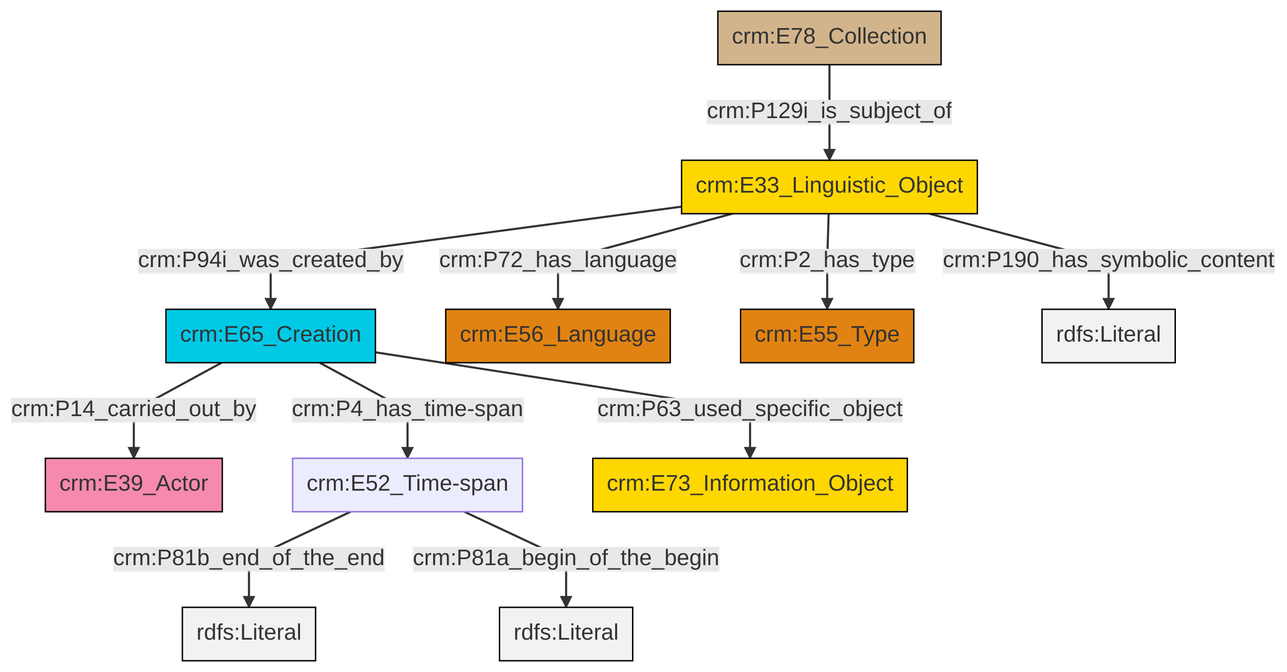
Earlier version of the Mermaid export et/archivalCSV/ttl/mmd/png/archival_desc.png (swiss-art-research-net/docs.swissartresearch). Its source is kept beside it as et/archivalCSV/ttl/mmd/archival_desc.ttl.mmd.
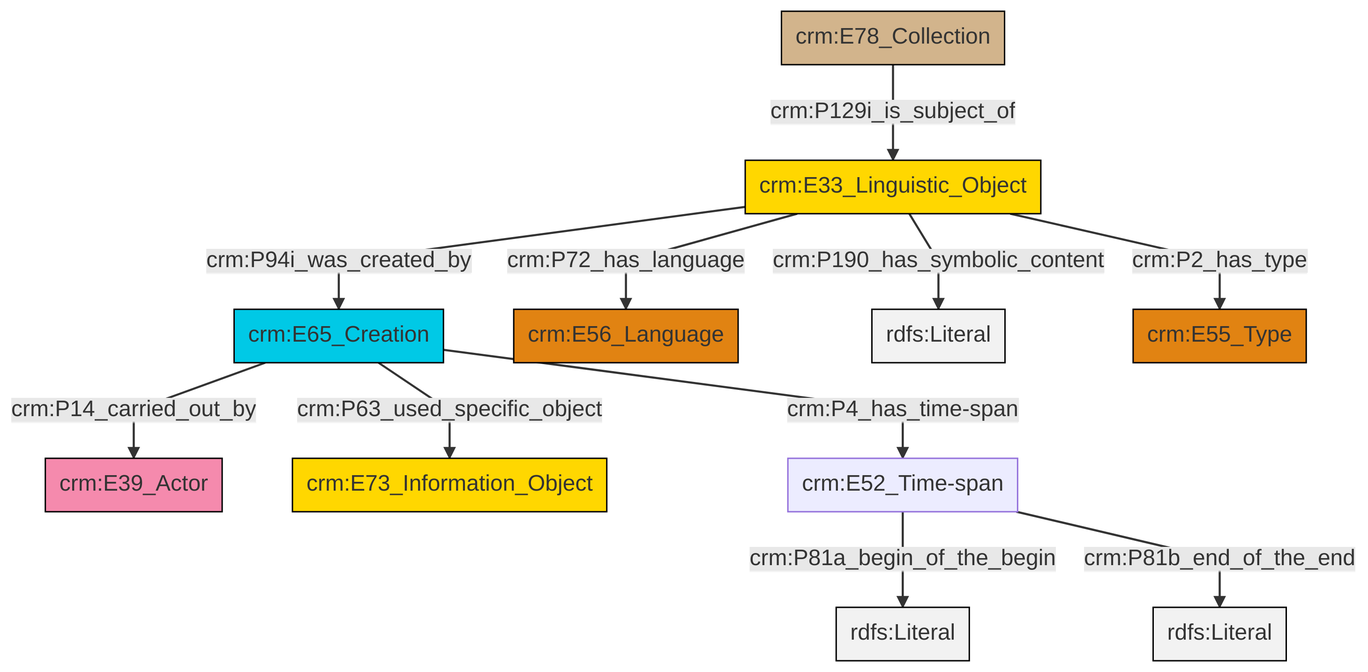
The same file after the commit.

Change to the diagram source:
```diff
@@ -13,13 +13,13 @@
 classDef PC_Classes fill:#4ce600, stroke:#000000;
 classDef Multi fill:#cccccc,stroke:#000000;
 
-4["crm:E65_Creation"]:::Temporal_Entity -->|crm:P14_carried_out_by| 2["crm:E39_Actor"]:::Actor
-4["crm:E65_Creation"]:::Temporal_Entity -->|crm:P4_has_time-span| 7["crm:E52_Time-span"]:::Default
-8["crm:E33_Linguistic_Object"]:::Conceptual_Object -->|crm:P94i_was_created_by| 4["crm:E65_Creation"]:::Temporal_Entity
-8["crm:E33_Linguistic_Object"]:::Conceptual_Object -->|crm:P72_has_language| 5["crm:E56_Language"]:::Type
-7["crm:E52_Time-span"]:::Default -->|crm:P81b_end_of_the_end| 10[rdfs:Literal]:::Literal
-7["crm:E52_Time-span"]:::Default -->|crm:P81a_begin_of_the_begin| 11[rdfs:Literal]:::Literal
-0["crm:E78_Collection"]:::Physical_Thing -->|crm:P129i_is_subject_of| 8["crm:E33_Linguistic_Object"]:::Conceptual_Object
-8["crm:E33_Linguistic_Object"]:::Conceptual_Object -->|crm:P2_has_type| 12["crm:E55_Type"]:::Type
-8["crm:E33_Linguistic_Object"]:::Conceptual_Object -->|crm:P190_has_symbolic_content| 14[rdfs:Literal]:::Literal
-4["crm:E65_Creation"]:::Temporal_Entity -->|crm:P63_used_specific_object| 16["crm:E73_Information_Object"]:::Conceptual_Object
+0["crm:E65_Creation"]:::Temporal_Entity -->|crm:P14_carried_out_by| 4["crm:E39_Actor"]:::Actor
+5["crm:E33_Linguistic_Object"]:::Conceptual_Object -->|crm:P72_has_language| 7["crm:E56_Language"]:::Type
+0["crm:E65_Creation"]:::Temporal_Entity -->|crm:P63_used_specific_object| 8["crm:E73_Information_Object"]:::Conceptual_Object
+5["crm:E33_Linguistic_Object"]:::Conceptual_Object -->|crm:P190_has_symbolic_content| 9[rdfs:Literal]:::Literal
+0["crm:E65_Creation"]:::Temporal_Entity -->|crm:P4_has_time-span| 10["crm:E52_Time-span"]:::Default
+10["crm:E52_Time-span"]:::Default -->|crm:P81a_begin_of_the_begin| 15[rdfs:Literal]:::Literal
+5["crm:E33_Linguistic_Object"]:::Conceptual_Object -->|crm:P2_has_type| 16["crm:E55_Type"]:::Type
+2["crm:E78_Collection"]:::Physical_Thing -->|crm:P129i_is_subject_of| 5["crm:E33_Linguistic_Object"]:::Conceptual_Object
+10["crm:E52_Time-span"]:::Default -->|crm:P81b_end_of_the_end| 18[rdfs:Literal]:::Literal
+5["crm:E33_Linguistic_Object"]:::Conceptual_Object -->|crm:P94i_was_created_by| 0["crm:E65_Creation"]:::Temporal_Entity
```
